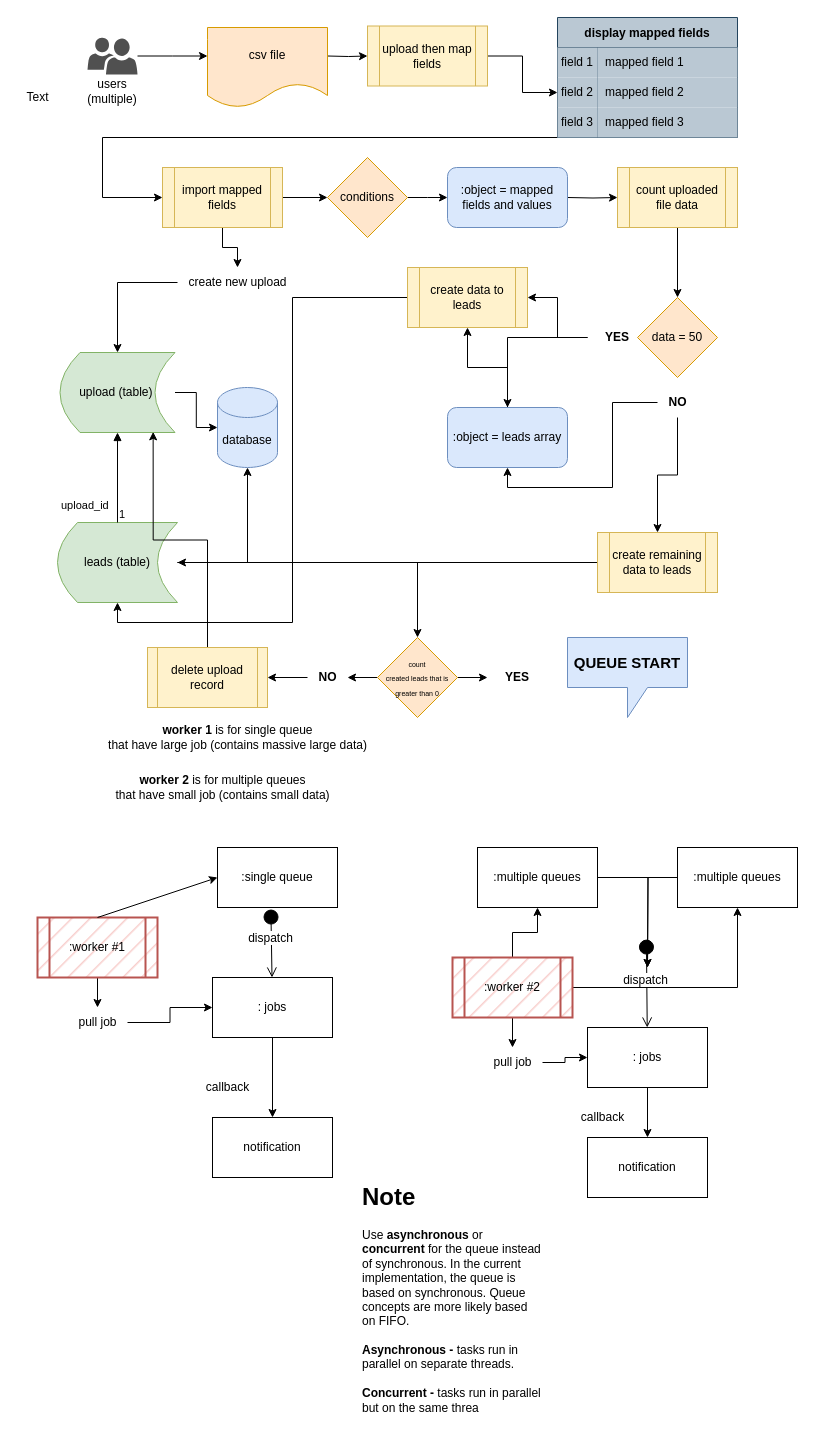
The draw.io diagram Untitled Diagram.drawio in doraemonxxx/queue-logic-design, before the edit. Source tidied: cells renumbered, new cells numbered last; positions are measured from the earlier drawing's top-left corner, leaving out a move shared by most shapes. Both pictures are drawn from the tidied source at 100%, with x=0, y=0 at pixel (17, 17).
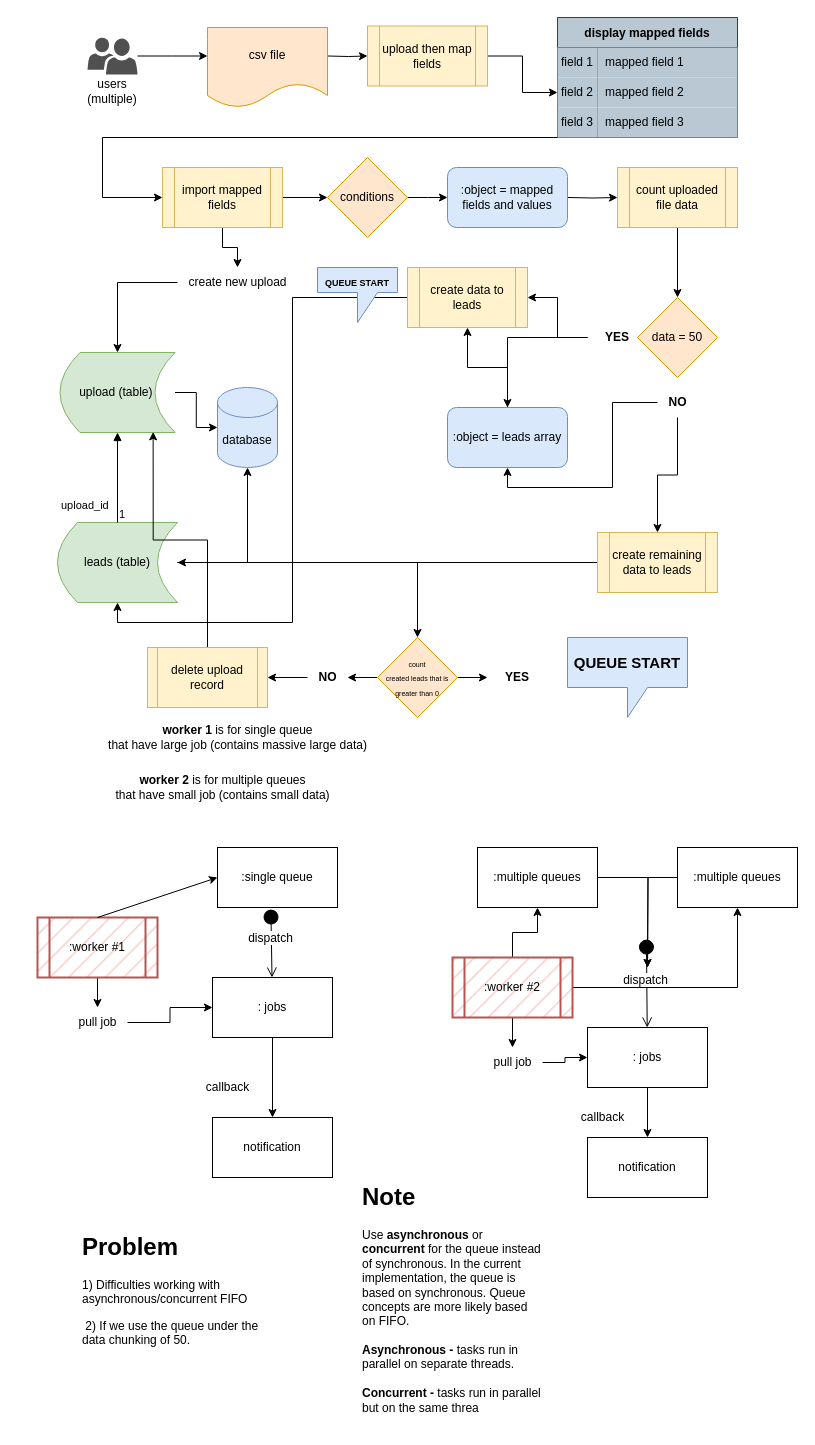
After the change.

What changed in the source:
```diff
@@
-    <mxCell id="85" value="Text" style="text;html=1;align=center;verticalAlign=middle;strokeColor=none;fillColor=none;fontSize=12;" parent="1" vertex="1">
-      <mxGeometry y="70" width="40" height="20" as="geometry" />
-    </mxCell>
@@
+    <mxCell id="91" value="&lt;h1&gt;Problem&lt;/h1&gt;&lt;font face=&quot;Arial&quot;&gt;&lt;span style=&quot;font-size: 12px;&quot;&gt;1) Difficulties working with asynchronous/concurrent FIFO&lt;/span&gt;&lt;/font&gt;&lt;p&gt;&lt;font face=&quot;Arial&quot;&gt;&amp;nbsp;2) If we use the queue under the data chunking of 50.&lt;br&gt;&lt;/font&gt;&lt;/p&gt;" style="text;html=1;strokeColor=none;fillColor=none;spacing=5;spacingTop=-20;whiteSpace=wrap;overflow=hidden;rounded=0;fillStyle=auto;fontSize=12;" parent="1" vertex="1">
+      <mxGeometry x="60" y="1210" width="190" height="180" as="geometry" />
+    </mxCell>
+    <mxCell id="92" value="&lt;b&gt;&lt;font style=&quot;font-size: 9px;&quot;&gt;QUEUE START&lt;/font&gt;&lt;/b&gt;" style="shape=callout;whiteSpace=wrap;html=1;perimeter=calloutPerimeter;fontSize=15;fillColor=#dae8fc;strokeColor=#6c8ebf;" parent="1" vertex="1">
+      <mxGeometry x="300" y="250" width="80" height="55" as="geometry" />
+    </mxCell>
```
